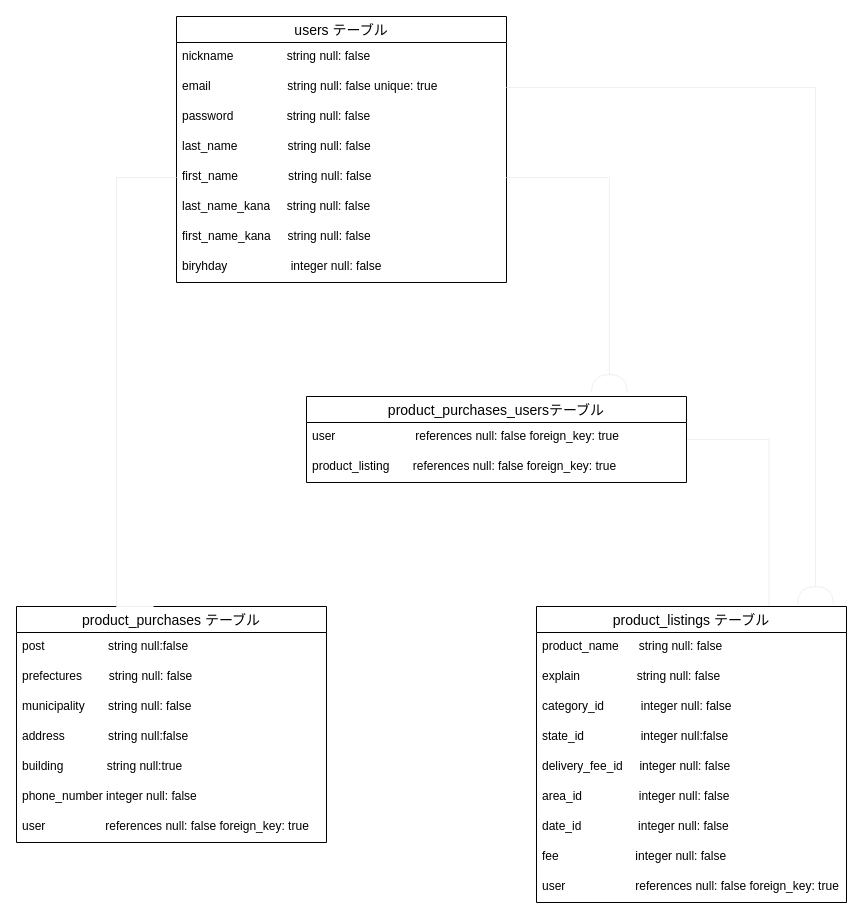
Above: ER.dio in uronchan17/furima-33528 (draw.io), before the change. Source tidied: cells renumbered, new cells numbered last; positions are measured from the earlier drawing's top-left corner, leaving out a move shared by most shapes. Both pictures are drawn from the tidied source at 100%, with x=0, y=0 at pixel (16, 16).
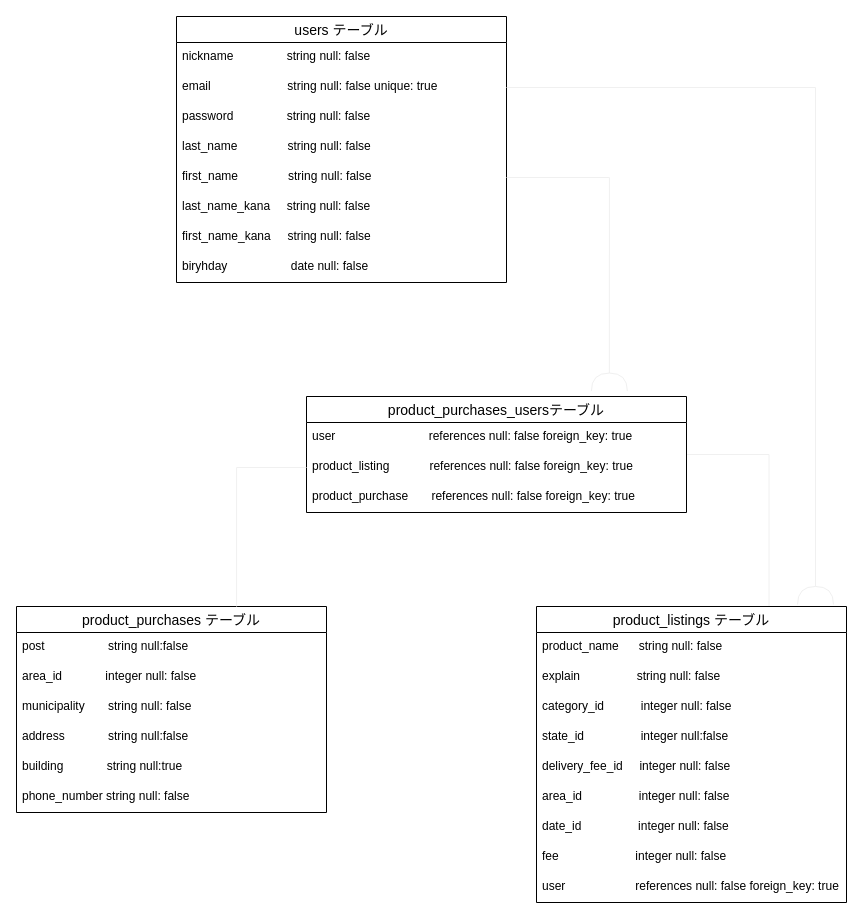
Above is the later version.

Commit message (it also covers changes not shown here):
データベース設計　修正2

The change refers to these unchanged cells:
```xml
<mxCell id="2" value="users テーブル" style="swimlane;fontStyle=0;horizontal=1;startSize=26;align=center;fontSize=14;" parent="1" vertex="1">
  <mxGeometry x="160" width="330" height="266" as="geometry" />
</mxCell>
<mxCell id="7" value="first_name               string null: false " style="text;strokeColor=none;fillColor=none;spacingLeft=4;spacingRight=4;overflow=hidden;points=[[0,0.5],[1,0.5]];portConstraint=eastwest;fontSize=12;" parent="2" vertex="1">
  <mxGeometry y="146" width="330" height="30" as="geometry" />
</mxCell>
```

The edit, as a diff of the source:
```diff
@@
-    <mxCell id="10" value="biryhday                   integer null: false" style="text;strokeColor=none;fillColor=none;spacingLeft=4;spacingRight=4;overflow=hidden;fontSize=12;" parent="2" vertex="1">
+    <mxCell id="10" value="biryhday                   date null: false" style="text;strokeColor=none;fillColor=none;spacingLeft=4;spacingRight=4;overflow=hidden;fontSize=12;" parent="2" vertex="1">
       <mxGeometry y="236" width="330" height="30" as="geometry" />
     </mxCell>
@@
     <mxCell id="22" value="product_purchases テーブル" style="swimlane;fontStyle=0;horizontal=1;startSize=26;align=center;fontSize=14;" parent="1" vertex="1">
-      <mxGeometry y="590" width="310" height="236" as="geometry" />
+      <mxGeometry y="590" width="310" height="206" as="geometry" />
     </mxCell>
@@
-    <mxCell id="24" value="prefectures        string null: false" style="text;strokeColor=none;fillColor=none;spacingLeft=4;spacingRight=4;overflow=hidden;fontSize=12;" parent="22" vertex="1">
+    <mxCell id="24" value="area_id             integer null: false" style="text;strokeColor=none;fillColor=none;spacingLeft=4;spacingRight=4;overflow=hidden;fontSize=12;" parent="22" vertex="1">
       <mxGeometry y="56" width="310" height="30" as="geometry" />
     </mxCell>
@@
-    <mxCell id="28" value="phone_number integer null: false" style="text;strokeColor=none;fillColor=none;spacingLeft=4;spacingRight=4;overflow=hidden;fontSize=12;" parent="22" vertex="1">
+    <mxCell id="28" value="phone_number string null: false" style="text;strokeColor=none;fillColor=none;spacingLeft=4;spacingRight=4;overflow=hidden;fontSize=12;" parent="22" vertex="1">
       <mxGeometry y="176" width="310" height="30" as="geometry" />
     </mxCell>
-    <mxCell id="29" value="user                  references null: false foreign_key: true" style="text;strokeColor=none;fillColor=none;spacingLeft=4;spacingRight=4;overflow=hidden;fontSize=12;" parent="22" vertex="1">
-      <mxGeometry y="206" width="310" height="30" as="geometry" />
-    </mxCell>
     <mxCell id="30" value="product_purchases_usersテーブル" style="swimlane;fontStyle=0;horizontal=1;startSize=26;align=center;fontSize=14;" parent="1" vertex="1">
-      <mxGeometry x="290" y="380" width="380" height="86" as="geometry" />
+      <mxGeometry x="290" y="380" width="380" height="116" as="geometry" />
     </mxCell>
-    <mxCell id="31" value="user                        references null: false foreign_key: true" style="text;strokeColor=none;fillColor=none;spacingLeft=4;spacingRight=4;overflow=hidden;fontSize=12;" parent="30" vertex="1">
+    <mxCell id="31" value="user                            references null: false foreign_key: true" style="text;strokeColor=none;fillColor=none;spacingLeft=4;spacingRight=4;overflow=hidden;fontSize=12;" parent="30" vertex="1">
       <mxGeometry y="26" width="380" height="30" as="geometry" />
     </mxCell>
-    <mxCell id="32" value="product_listing       references null: false foreign_key: true" style="text;strokeColor=none;fillColor=none;spacingLeft=4;spacingRight=4;overflow=hidden;points=[[0,0.5],[1,0.5]];portConstraint=eastwest;fontSize=12;" parent="30" vertex="1">
+    <mxCell id="32" value="product_listing            references null: false foreign_key: true" style="text;strokeColor=none;fillColor=none;spacingLeft=4;spacingRight=4;overflow=hidden;points=[[0,0.5],[1,0.5]];portConstraint=eastwest;fontSize=12;" parent="30" vertex="1">
       <mxGeometry y="56" width="380" height="30" as="geometry" />
     </mxCell>
+    <mxCell id="36" value="product_purchase       references null: false foreign_key: true" style="text;strokeColor=none;fillColor=none;spacingLeft=4;spacingRight=4;overflow=hidden;fontSize=12;" parent="30" vertex="1">
+      <mxGeometry y="86" width="380" height="30" as="geometry" />
+    </mxCell>
@@
-    <mxCell id="34" style="edgeStyle=orthogonalEdgeStyle;rounded=0;jettySize=auto;html=1;exitX=0;exitY=0.5;exitDx=0;exitDy=0;entryX=0.442;entryY=0;entryDx=0;entryDy=0;entryPerimeter=0;sourcePerimeterSpacing=0;endArrow=none;endFill=0;endSize=16;strokeColor=#f0f0f0;" parent="1" edge="1" source="7" target="22">
-      <mxGeometry relative="1" as="geometry">
-        <Array as="points">
-          <mxPoint x="100" y="161" />
-          <mxPoint x="100" y="590" />
-        </Array>
-      </mxGeometry>
-    </mxCell>
@@
+    <mxCell id="37" style="edgeStyle=orthogonalEdgeStyle;rounded=0;jettySize=auto;html=1;exitX=0;exitY=0.5;exitDx=0;exitDy=0;sourcePerimeterSpacing=0;endArrow=none;endFill=0;endSize=16;strokeColor=#f0f0f0;entryX=0.71;entryY=0;entryDx=0;entryDy=0;entryPerimeter=0;" parent="1" edge="1" source="32" target="22">
+      <mxGeometry relative="1" as="geometry" />
+    </mxCell>
```
